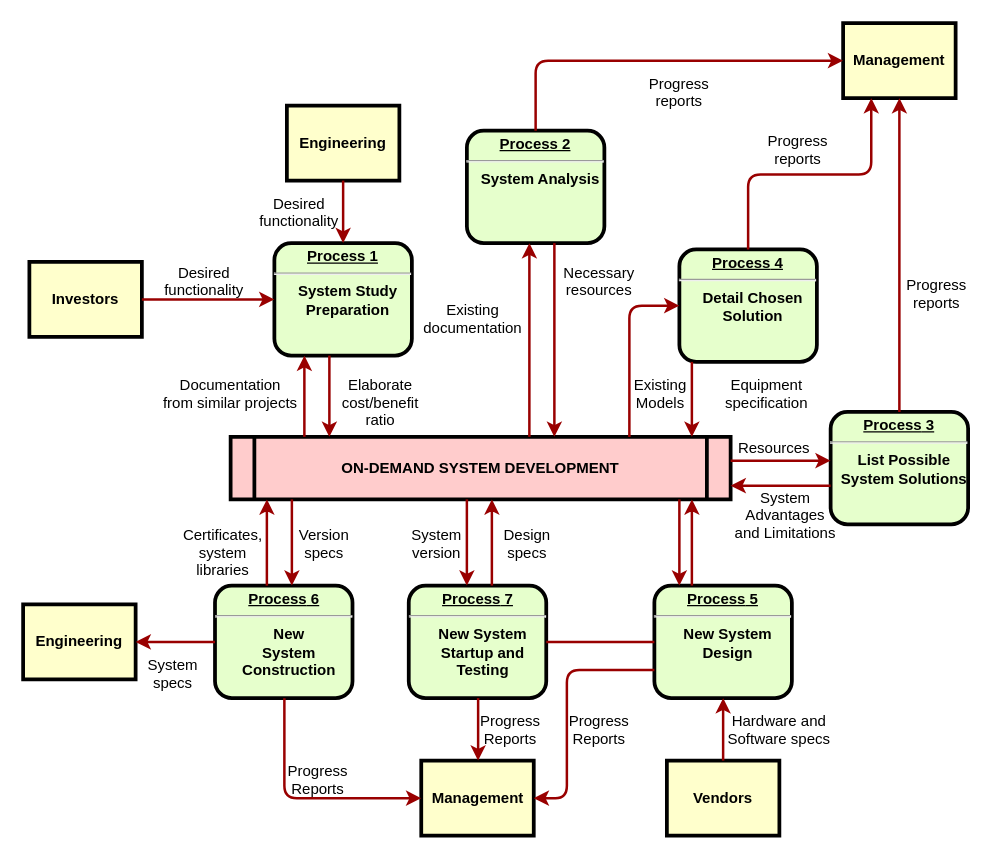
This is Untitled Diagram.drawio from Arushi-V/FlowChart, a draw.io file, before an edit. Source tidied: cells renumbered, new cells numbered last; positions are measured from the earlier drawing's top-left corner, leaving out a move shared by most shapes. Both pictures are drawn from the tidied source at 125%, with x=0, y=0 at pixel (22, 22).
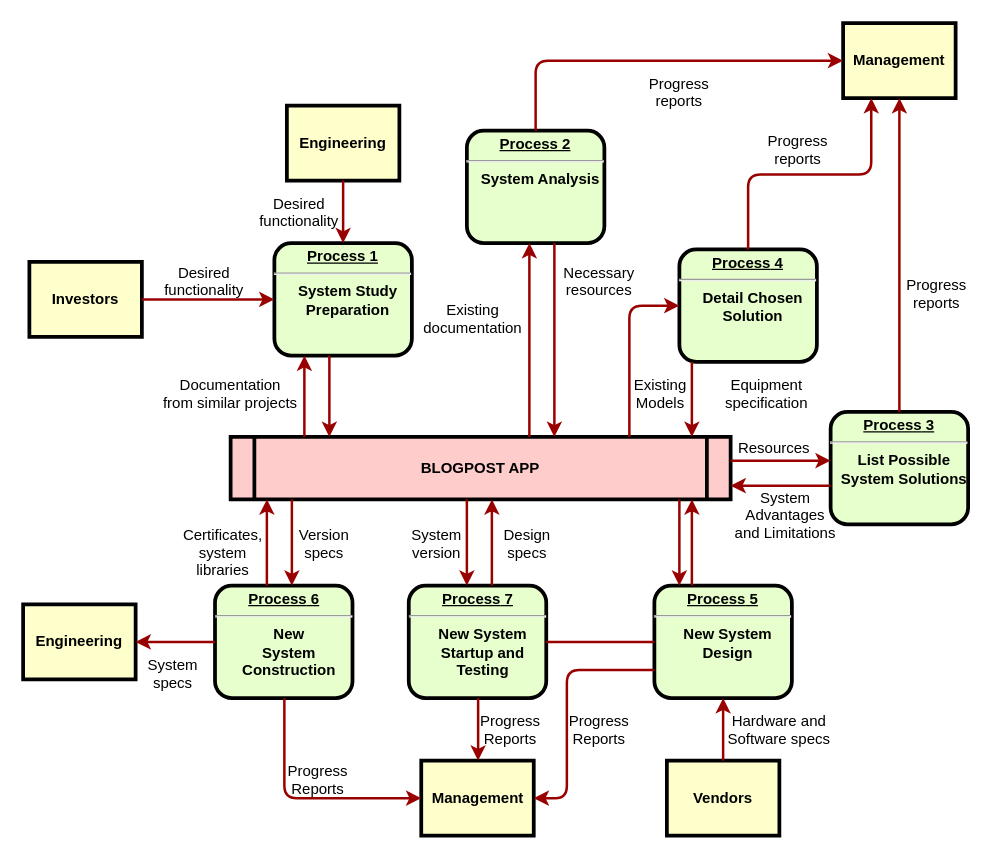
The same page after the edit.

What changed in the source:
```diff
@@
-    <mxCell id="5" value="ON-DEMAND SYSTEM DEVELOPMENT" style="shape=process;whiteSpace=wrap;align=center;verticalAlign=middle;size=0.0475;fontStyle=1;strokeWidth=3;fillColor=#FFCCCC;" parent="1" vertex="1">
+    <mxCell id="5" value="BLOGPOST APP" style="shape=process;whiteSpace=wrap;align=center;verticalAlign=middle;size=0.0475;fontStyle=1;strokeWidth=3;fillColor=#FFCCCC;" parent="1" vertex="1">
       <mxGeometry x="166" y="331" width="400" height="50" as="geometry" />
     </mxCell>
@@
-    <mxCell id="24" value="Elaborate&#10;cost/benefit&#10;ratio" style="text;spacingTop=-5;align=center;" parent="1" vertex="1">
-      <mxGeometry x="271" y="281" width="30" height="20" as="geometry" />
-    </mxCell>
```
